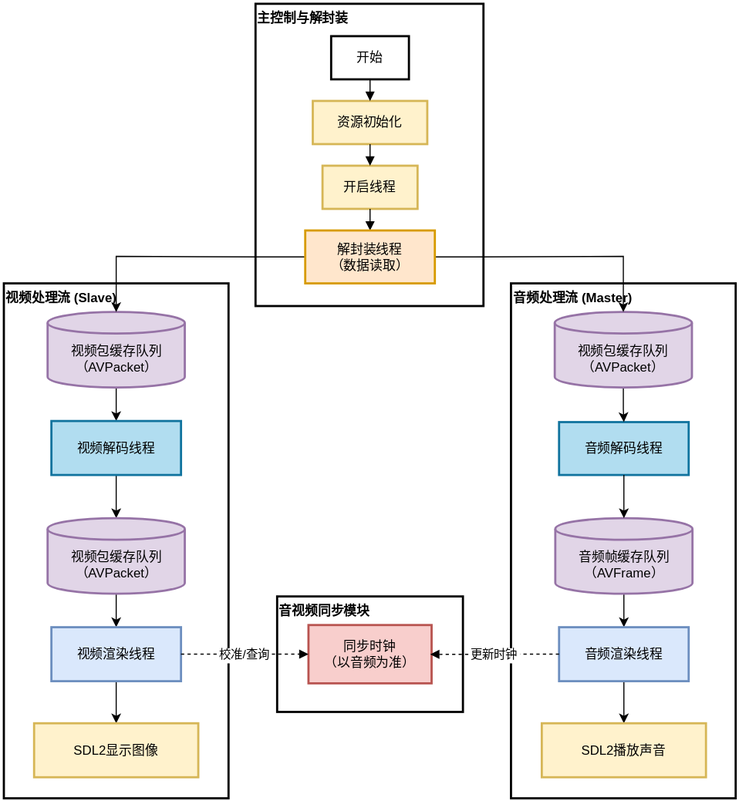
Before: docs/assets/flow-basic-architecture.svg, a diagram exported from draw.io (Ko-vey/SDLplayerCore). Source tidied: cells renumbered, new cells last; positions are measured from the earlier drawing's top-left corner, leaving out a move shared by most shapes.
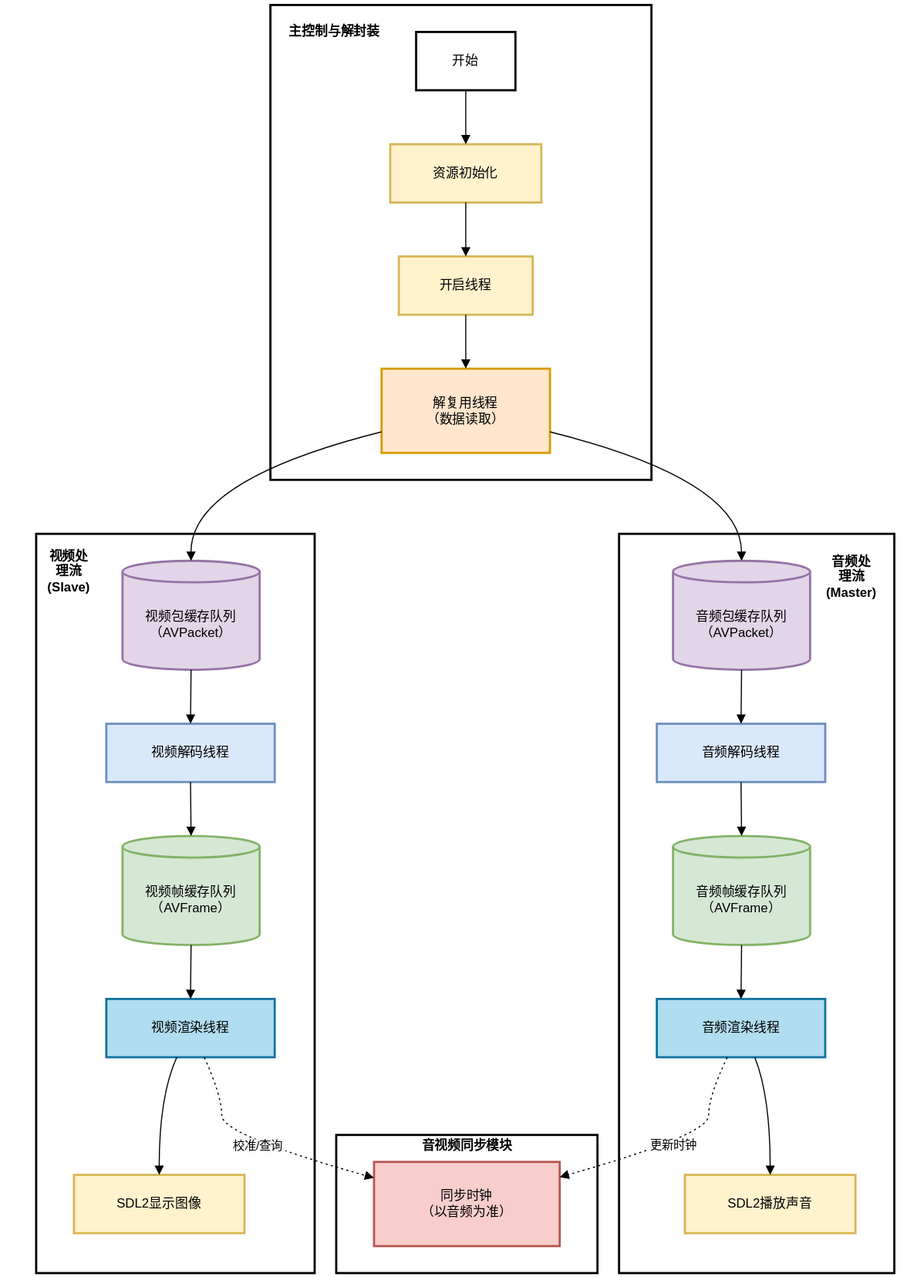
The same file after the commit.

Change to the diagram source:
```diff
@@ -2,117 +2,145 @@
   <root>
     <mxCell id="0" />
     <mxCell id="1" parent="0" />
-    <mxCell id="2" value="音视频同步模块" style="whiteSpace=wrap;strokeWidth=2;align=left;verticalAlign=top;fontStyle=1;" parent="1" vertex="1">
-      <mxGeometry x="253" y="549" width="172" height="107" as="geometry" />
-    </mxCell>
-    <mxCell id="3" value="音频处理流 (Master)" style="whiteSpace=wrap;strokeWidth=2;align=left;verticalAlign=top;fontStyle=1;" parent="1" vertex="1">
-      <mxGeometry x="469.5" y="259" width="208" height="477" as="geometry" />
-    </mxCell>
-    <mxCell id="4" value="视频处理流 (Slave)" style="whiteSpace=wrap;strokeWidth=2;align=left;verticalAlign=top;fontStyle=1;" parent="1" vertex="1">
-      <mxGeometry y="259" width="208" height="477" as="geometry" />
-    </mxCell>
-    <mxCell id="5" value="主控制与解封装" style="whiteSpace=wrap;strokeWidth=2;align=left;verticalAlign=top;fontStyle=1;" parent="1" vertex="1">
-      <mxGeometry x="233" width="211" height="280" as="geometry" />
-    </mxCell>
+    <mxCell id="36" style="whiteSpace=wrap;strokeWidth=2;" parent="1" vertex="1">
+      <mxGeometry x="-595" y="510" width="255" height="685" as="geometry" />
+    </mxCell>
+    <mxCell id="37" style="whiteSpace=wrap;strokeWidth=2;" parent="1" vertex="1">
+      <mxGeometry x="-857" y="1067" width="242" height="128" as="geometry" />
+    </mxCell>
+    <mxCell id="38" style="whiteSpace=wrap;strokeWidth=2;" parent="1" vertex="1">
+      <mxGeometry x="-1135" y="510" width="258" height="685" as="geometry" />
+    </mxCell>
+    <mxCell id="39" style="whiteSpace=wrap;strokeWidth=2;" parent="1" vertex="1">
+      <mxGeometry x="-918" y="20" width="353" height="440" as="geometry" />
+    </mxCell>
     <mxCell id="6" value="开始" style="whiteSpace=wrap;strokeWidth=2;" parent="1" vertex="1">
-      <mxGeometry x="303" y="30" width="72" height="40" as="geometry" />
+      <mxGeometry x="-783" y="45" width="92" height="54" as="geometry" />
     </mxCell>
     <mxCell id="7" value="资源初始化" style="whiteSpace=wrap;strokeWidth=2;fillColor=#fff2cc;strokeColor=#d6b656;" parent="1" vertex="1">
-      <mxGeometry x="286" y="90" width="106" height="40" as="geometry" />
+      <mxGeometry x="-807" y="149" width="140" height="54" as="geometry" />
     </mxCell>
     <mxCell id="8" value="开启线程" style="whiteSpace=wrap;strokeWidth=2;fillColor=#fff2cc;strokeColor=#d6b656;" parent="1" vertex="1">
-      <mxGeometry x="295" y="150" width="88" height="40" as="geometry" />
+      <mxGeometry x="-799" y="253" width="124" height="54" as="geometry" />
     </mxCell>
-    <mxCell id="9" style="edgeStyle=orthogonalEdgeStyle;rounded=0;jettySize=auto;html=1;" parent="1" edge="1" source="10" target="12">
-      <mxGeometry relative="1" as="geometry" />
-    </mxCell>
-    <mxCell id="10" value="视频包缓存队列&#10;（AVPacket）" style="shape=cylinder3;boundedLbl=1;backgroundOutline=1;size=10;strokeWidth=2;whiteSpace=wrap;fillColor=#e1d5e7;strokeColor=#9673a6;" parent="1" vertex="1">
-      <mxGeometry x="40.5" y="285.5" width="127" height="70" as="geometry" />
-    </mxCell>
-    <mxCell id="11" style="edgeStyle=orthogonalEdgeStyle;rounded=0;jettySize=auto;html=1;" parent="1" edge="1" source="12" target="21">
-      <mxGeometry relative="1" as="geometry" />
-    </mxCell>
+    <mxCell id="40" value="解复用线程 &#10;（数据读取）" style="whiteSpace=wrap;strokeWidth=2;fillColor=#ffe6cc;strokeColor=#d79b00;" parent="1" vertex="1">
+      <mxGeometry x="-815" y="357" width="156" height="78" as="geometry" />
+    </mxCell>
+    <mxCell id="41" value="视频包缓存队列&#10;（AVPacket）" style="shape=cylinder3;boundedLbl=1;backgroundOutline=1;size=10;strokeWidth=2;whiteSpace=wrap;fillColor=#e1d5e7;strokeColor=#9673a6;" parent="1" vertex="1">
+      <mxGeometry x="-1055" y="535" width="127" height="101" as="geometry" />
+    </mxCell>
+    <mxCell id="42" value="音频包缓存队列&#10;（AVPacket）" style="shape=cylinder3;boundedLbl=1;backgroundOutline=1;size=10;strokeWidth=2;whiteSpace=wrap;fillColor=#e1d5e7;strokeColor=#9673a6;" parent="1" vertex="1">
+      <mxGeometry x="-545" y="535" width="127" height="101" as="geometry" />
+    </mxCell>
-    <mxCell id="12" value="视频解码线程" style="whiteSpace=wrap;strokeWidth=2;fillColor=#b1ddf0;strokeColor=#10739e;" parent="1" vertex="1">
-      <mxGeometry x="44" y="386.5" width="120" height="50" as="geometry" />
+    <mxCell id="12" value="视频解码线程" style="whiteSpace=wrap;strokeWidth=2;fillColor=#dae8fc;strokeColor=#6c8ebf;" parent="1" vertex="1">
+      <mxGeometry x="-1070" y="686" width="156" height="54" as="geometry" />
     </mxCell>
+    <mxCell id="43" value="视频帧缓存队列&#10;（AVFrame）" style="shape=cylinder3;boundedLbl=1;backgroundOutline=1;size=10;strokeWidth=2;whiteSpace=wrap;fillColor=#d5e8d4;strokeColor=#82b366;" parent="1" vertex="1">
+      <mxGeometry x="-1055" y="790" width="127" height="101" as="geometry" />
+    </mxCell>
+    <mxCell id="29" value="视频渲染线程" style="whiteSpace=wrap;strokeWidth=2;fillColor=#b1ddf0;strokeColor=#10739e;" parent="1" vertex="1">
+      <mxGeometry x="-1070" y="941" width="156" height="54" as="geometry" />
+    </mxCell>
+    <mxCell id="32" value="SDL2显示图像" style="whiteSpace=wrap;strokeWidth=2;fillColor=#fff2cc;strokeColor=#d6b656;" parent="1" vertex="1">
+      <mxGeometry x="-1100" y="1104" width="158" height="54" as="geometry" />
+    </mxCell>
     <mxCell id="13" value="同步时钟&#10;（以音频为准）" style="whiteSpace=wrap;strokeWidth=2;fillColor=#f8cecc;strokeColor=#b85450;" parent="1" vertex="1">
-      <mxGeometry x="282" y="575.5" width="114" height="54" as="geometry" />
+      <mxGeometry x="-822" y="1092" width="172" height="78" as="geometry" />
     </mxCell>
-    <mxCell id="14" value="音频解码线程" style="whiteSpace=wrap;strokeWidth=2;fillColor=#b1ddf0;strokeColor=#10739e;" parent="1" vertex="1">
-      <mxGeometry x="514" y="387.5" width="120" height="49" as="geometry" />
+    <mxCell id="14" value="音频解码线程" style="whiteSpace=wrap;strokeWidth=2;fillColor=#dae8fc;strokeColor=#6c8ebf;" parent="1" vertex="1">
+      <mxGeometry x="-560" y="686" width="156" height="54" as="geometry" />
     </mxCell>
+    <mxCell id="26" value="音频帧缓存队列&#10;（AVFrame）" style="shape=cylinder3;boundedLbl=1;backgroundOutline=1;size=10;strokeWidth=2;whiteSpace=wrap;fillColor=#d5e8d4;strokeColor=#82b366;" parent="1" vertex="1">
+      <mxGeometry x="-545" y="790" width="127" height="101" as="geometry" />
+    </mxCell>
+    <mxCell id="31" value="音频渲染线程" style="whiteSpace=wrap;strokeWidth=2;fillColor=#b1ddf0;strokeColor=#10739e;" parent="1" vertex="1">
+      <mxGeometry x="-560" y="941" width="156" height="54" as="geometry" />
+    </mxCell>
+    <mxCell id="33" value="SDL2播放声音" style="whiteSpace=wrap;strokeWidth=2;fillColor=#fff2cc;strokeColor=#d6b656;" parent="1" vertex="1">
+      <mxGeometry x="-534" y="1104" width="158" height="54" as="geometry" />
+    </mxCell>
     <mxCell id="15" style="curved=1;startArrow=none;endArrow=block;exitX=0.5;exitY=1;entryX=0.5;entryY=0;rounded=0;" parent="1" edge="1" source="6" target="7">
       <mxGeometry relative="1" as="geometry" />
     </mxCell>
     <mxCell id="16" style="curved=1;startArrow=none;endArrow=block;exitX=0.5;exitY=1;entryX=0.5;entryY=0;rounded=0;" parent="1" edge="1" source="7" target="8">
       <mxGeometry relative="1" as="geometry" />
     </mxCell>
-    <mxCell id="17" style="curved=1;startArrow=none;endArrow=block;exitX=0.5;exitY=1;rounded=0;" parent="1" edge="1" source="8" target="24">
-      <mxGeometry relative="1" as="geometry" />
-    </mxCell>
-    <mxCell id="18" style="edgeStyle=orthogonalEdgeStyle;rounded=0;jettySize=auto;html=1;" parent="1" edge="1" source="19" target="14">
-      <mxGeometry relative="1" as="geometry" />
-    </mxCell>
-    <mxCell id="19" value="视频包缓存队列&#10;（AVPacket）" style="shape=cylinder3;boundedLbl=1;backgroundOutline=1;size=10;strokeWidth=2;whiteSpace=wrap;fillColor=#e1d5e7;strokeColor=#9673a6;" parent="1" vertex="1">
-      <mxGeometry x="510" y="285.5" width="127" height="70" as="geometry" />
-    </mxCell>
-    <mxCell id="20" style="edgeStyle=orthogonalEdgeStyle;rounded=0;jettySize=auto;html=1;" parent="1" edge="1" source="21" target="29">
-      <mxGeometry relative="1" as="geometry" />
-    </mxCell>
-    <mxCell id="21" value="视频包缓存队列&#10;（AVPacket）" style="shape=cylinder3;boundedLbl=1;backgroundOutline=1;size=10;strokeWidth=2;whiteSpace=wrap;fillColor=#e1d5e7;strokeColor=#9673a6;" parent="1" vertex="1">
-      <mxGeometry x="40.5" y="476.5" width="127" height="70" as="geometry" />
-    </mxCell>
-    <mxCell id="22" style="edgeStyle=orthogonalEdgeStyle;rounded=0;jettySize=auto;html=1;" parent="1" edge="1" source="24" target="19">
-      <mxGeometry relative="1" as="geometry">
-        <Array as="points">
-          <mxPoint x="437" y="234" />
-          <mxPoint x="539" y="234" />
-        </Array>
-      </mxGeometry>
-    </mxCell>
-    <mxCell id="23" style="edgeStyle=orthogonalEdgeStyle;rounded=0;jettySize=auto;html=1;" parent="1" edge="1" source="24" target="10">
-      <mxGeometry relative="1" as="geometry">
-        <Array as="points">
-          <mxPoint x="237" y="234" />
-          <mxPoint x="132" y="234" />
-        </Array>
-      </mxGeometry>
-    </mxCell>
-    <mxCell id="24" value="解封装线程&#10;（数据读取）" style="whiteSpace=wrap;strokeWidth=2;fillColor=#ffe6cc;strokeColor=#d79b00;" parent="1" vertex="1">
-      <mxGeometry x="279" y="210" width="120" height="49" as="geometry" />
-    </mxCell>
+    <mxCell id="44" style="curved=1;startArrow=none;endArrow=block;exitX=0.5;exitY=1;entryX=0.5;entryY=0;rounded=0;" parent="1" edge="1" source="8" target="40">
+      <mxGeometry relative="1" as="geometry" />
+    </mxCell>
+    <mxCell id="45" style="curved=1;startArrow=none;endArrow=block;exitX=0;exitY=0.75;entryX=0.5;entryY=0;rounded=0;" parent="1" edge="1" source="40" target="41">
+      <mxGeometry relative="1" as="geometry">
+        <Array as="points">
+          <mxPoint x="-992" y="460" />
+        </Array>
+      </mxGeometry>
+    </mxCell>
+    <mxCell id="46" style="curved=1;startArrow=none;endArrow=block;exitX=1;exitY=0.75;entryX=0.5;entryY=0;rounded=0;" parent="1" edge="1" source="40" target="42">
+      <mxGeometry relative="1" as="geometry">
+        <Array as="points">
+          <mxPoint x="-482" y="460" />
+        </Array>
+      </mxGeometry>
+    </mxCell>
+    <mxCell id="47" style="curved=1;startArrow=none;endArrow=block;exitX=0.5;exitY=1;entryX=0.5;entryY=0;rounded=0;" parent="1" edge="1" source="41" target="12">
+      <mxGeometry relative="1" as="geometry" />
+    </mxCell>
+    <mxCell id="48" style="curved=1;startArrow=none;endArrow=block;exitX=0.5;exitY=1;entryX=0.5;entryY=0;rounded=0;" parent="1" edge="1" source="12" target="43">
+      <mxGeometry relative="1" as="geometry" />
+    </mxCell>
+    <mxCell id="49" style="curved=1;startArrow=none;endArrow=block;exitX=0.5;exitY=1;entryX=0.5;entryY=-0.01;rounded=0;" parent="1" edge="1" source="43" target="29">
+      <mxGeometry relative="1" as="geometry" />
+    </mxCell>
+    <mxCell id="28" style="curved=1;startArrow=none;endArrow=block;exitX=0.42;exitY=0.99;entryX=0.5;entryY=0;rounded=0;" parent="1" edge="1" source="29" target="32">
+      <mxGeometry relative="1" as="geometry">
+        <Array as="points">
+          <mxPoint x="-1021" y="1031" />
+        </Array>
+      </mxGeometry>
+    </mxCell>
+    <mxCell id="50" style="curved=1;startArrow=none;endArrow=block;exitX=0.5;exitY=1;entryX=0.5;entryY=0;rounded=0;" parent="1" edge="1" source="42" target="14">
+      <mxGeometry relative="1" as="geometry" />
+    </mxCell>
+    <mxCell id="27" style="curved=1;startArrow=none;endArrow=block;exitX=0.5;exitY=1;entryX=0.5;entryY=0;rounded=0;" parent="1" edge="1" source="14" target="26">
+      <mxGeometry relative="1" as="geometry" />
+    </mxCell>
-    <mxCell id="25" style="edgeStyle=orthogonalEdgeStyle;rounded=0;jettySize=auto;html=1;" parent="1" edge="1" source="26" target="31">
+    <mxCell id="25" style="curved=1;startArrow=none;endArrow=block;exitX=0.5;exitY=1;entryX=0.5;entryY=-0.01;rounded=0;" parent="1" edge="1" source="26" target="31">
       <mxGeometry relative="1" as="geometry" />
     </mxCell>
-    <mxCell id="26" value="音频帧缓存队列&#10;（AVFrame）" style="shape=cylinder3;boundedLbl=1;backgroundOutline=1;size=10;strokeWidth=2;whiteSpace=wrap;fillColor=#e1d5e7;strokeColor=#9673a6;" parent="1" vertex="1">
-      <mxGeometry x="510.5" y="476.5" width="127" height="70" as="geometry" />
-    </mxCell>
-    <mxCell id="27" style="edgeStyle=orthogonalEdgeStyle;rounded=0;jettySize=auto;html=1;entryX=0.5;entryY=0;entryDx=0;entryDy=0;entryPerimeter=0;" parent="1" edge="1" source="14" target="26">
-      <mxGeometry relative="1" as="geometry" />
-    </mxCell>
-    <mxCell id="28" style="edgeStyle=orthogonalEdgeStyle;rounded=0;jettySize=auto;html=1;" parent="1" edge="1" source="29" target="32">
-      <mxGeometry relative="1" as="geometry" />
-    </mxCell>
-    <mxCell id="29" value="视频渲染线程" style="whiteSpace=wrap;strokeWidth=2;fillColor=#dae8fc;strokeColor=#6c8ebf;" parent="1" vertex="1">
-      <mxGeometry x="44" y="577.5" width="120" height="50" as="geometry" />
-    </mxCell>
-    <mxCell id="30" style="edgeStyle=orthogonalEdgeStyle;rounded=0;jettySize=auto;html=1;" parent="1" edge="1" source="31" target="33">
-      <mxGeometry relative="1" as="geometry" />
+    <mxCell id="30" style="curved=1;startArrow=none;endArrow=block;exitX=0.58;exitY=0.99;entryX=0.5;entryY=0;rounded=0;" parent="1" edge="1" source="31" target="33">
+      <mxGeometry relative="1" as="geometry">
+        <Array as="points">
+          <mxPoint x="-455" y="1031" />
+        </Array>
+      </mxGeometry>
     </mxCell>
-    <mxCell id="31" value="音频渲染线程" style="whiteSpace=wrap;strokeWidth=2;fillColor=#dae8fc;strokeColor=#6c8ebf;" parent="1" vertex="1">
-      <mxGeometry x="514" y="577.5" width="120" height="50" as="geometry" />
-    </mxCell>
-    <mxCell id="32" value="SDL2显示图像" style="whiteSpace=wrap;strokeWidth=2;fillColor=#fff2cc;strokeColor=#d6b656;" parent="1" vertex="1">
-      <mxGeometry x="28" y="666.5" width="152" height="50" as="geometry" />
-    </mxCell>
-    <mxCell id="33" value="SDL2播放声音" style="whiteSpace=wrap;strokeWidth=2;fillColor=#fff2cc;strokeColor=#d6b656;" parent="1" vertex="1">
-      <mxGeometry x="498" y="666.5" width="152" height="50" as="geometry" />
-    </mxCell>
+    <mxCell id="35" value="更新时钟" style="curved=1;dashed=1;dashPattern=2 3;startArrow=none;endArrow=block;exitX=0.42;exitY=0.99;entryX=1;entryY=0.18;rounded=0;" parent="1" edge="1" source="31" target="13">
+      <mxGeometry relative="1" as="geometry">
+        <Array as="points">
+          <mxPoint x="-512" y="1031" />
+          <mxPoint x="-512" y="1067" />
+        </Array>
+      </mxGeometry>
+    </mxCell>
-    <mxCell id="34" value="校准/查询" style="dashed=1;startArrow=none;endArrow=block;entryX=0;entryY=0.5;rounded=0;edgeStyle=orthogonalEdgeStyle;entryDx=0;entryDy=0;" parent="1" edge="1" source="29" target="13">
-      <mxGeometry relative="1" as="geometry" />
+    <mxCell id="34" value="校准/查询" style="curved=1;dashed=1;dashPattern=2 3;startArrow=none;endArrow=block;exitX=0.58;exitY=0.99;entryX=0;entryY=0.19;rounded=0;" parent="1" edge="1" source="29" target="13">
+      <mxGeometry relative="1" as="geometry">
+        <Array as="points">
+          <mxPoint x="-963" y="1031" />
+          <mxPoint x="-963" y="1067" />
+        </Array>
+      </mxGeometry>
     </mxCell>
-    <mxCell id="35" value="更新时钟" style="dashed=1;startArrow=none;endArrow=block;entryX=0.988;entryY=0.504;rounded=0;edgeStyle=orthogonalEdgeStyle;entryDx=0;entryDy=0;entryPerimeter=0;" parent="1" edge="1" source="31" target="13">
-      <mxGeometry relative="1" as="geometry" />
-    </mxCell>
+    <mxCell id="5" value="&lt;b&gt;主控制与解封装&lt;/b&gt;" style="text;html=1;align=center;verticalAlign=middle;strokeColor=none;fillColor=none;" parent="1" vertex="1">
+      <mxGeometry x="-914" y="30" width="110" height="30" as="geometry" />
+    </mxCell>
+    <mxCell id="4" value="&lt;span style=&quot;text-wrap-mode: wrap;&quot;&gt;视频处理流 (Slave)&lt;/span&gt;" style="text;html=1;align=center;verticalAlign=middle;strokeColor=none;fillColor=none;fontStyle=1;" parent="1" vertex="1">
+      <mxGeometry x="-1165" y="530" width="120" height="30" as="geometry" />
+    </mxCell>
+    <mxCell id="3" value="&lt;span style=&quot;text-wrap-mode: wrap;&quot;&gt;音频处理流 (Master)&lt;/span&gt;" style="text;html=1;align=center;verticalAlign=middle;strokeColor=none;fillColor=none;fontStyle=1;" parent="1" vertex="1">
+      <mxGeometry x="-445" y="535" width="130" height="30" as="geometry" />
+    </mxCell>
+    <mxCell id="2" value="音视频同步模块" style="text;html=1;align=center;verticalAlign=middle;strokeColor=none;fillColor=none;fontStyle=1;" parent="1" vertex="1">
+      <mxGeometry x="-791" y="1062" width="110" height="30" as="geometry" />
+    </mxCell>
   </root>
 </mxGraphModel>
```
